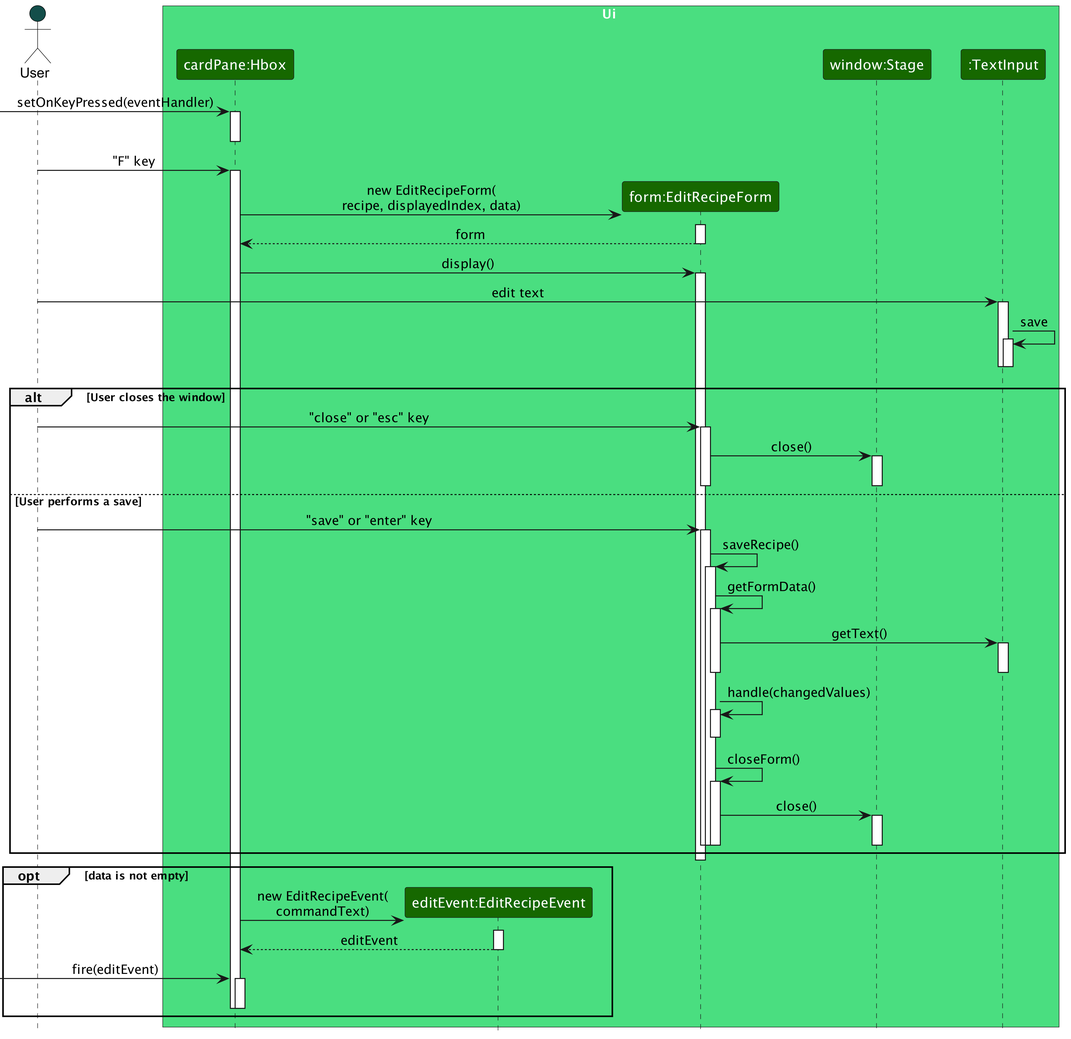
This is docs/images/EditRecipeFormSequenceDiagram.png from nus-cs2103-AY2223S2/tp, a PlantUML export, as it was before one commit.
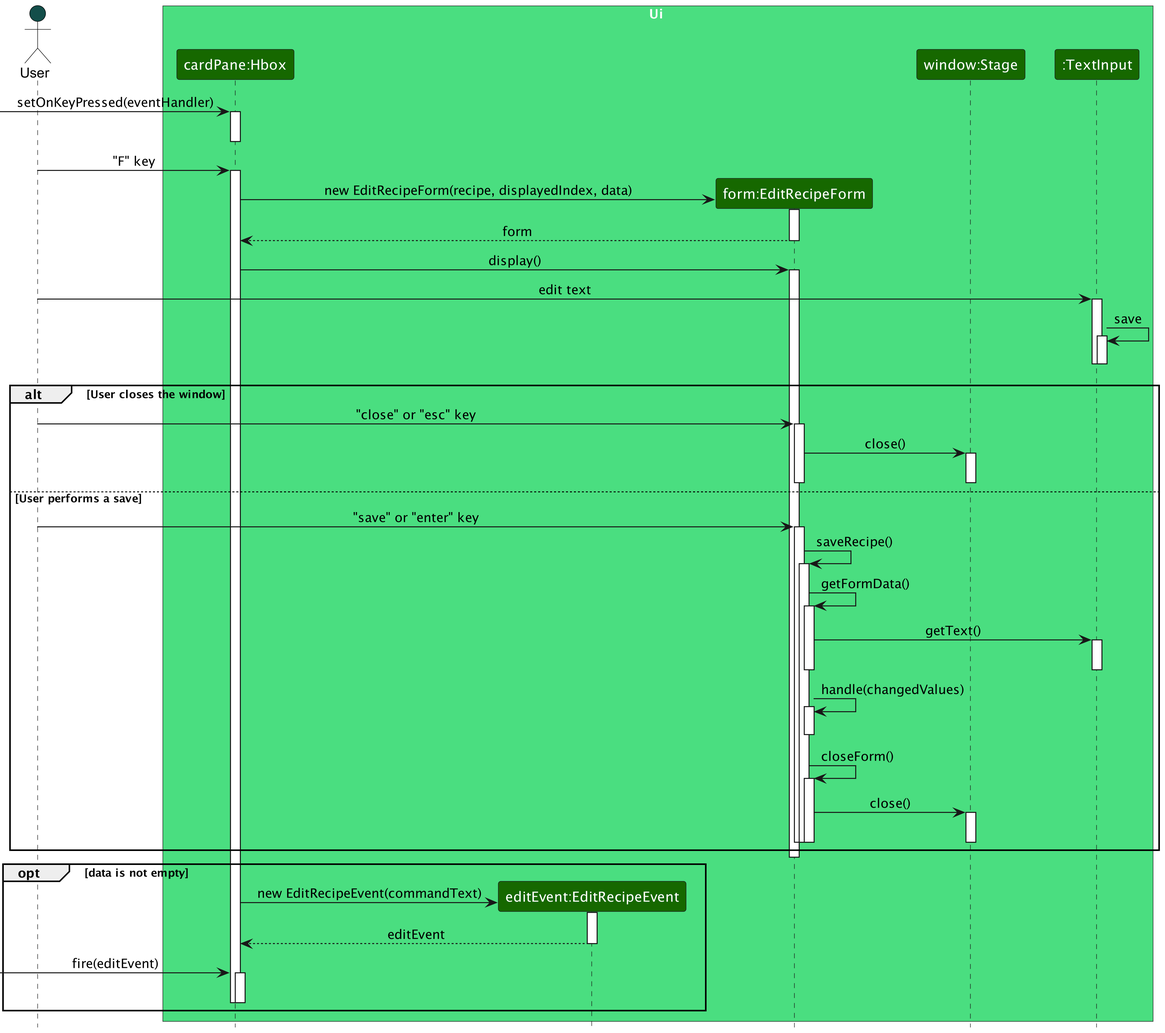
The same file after the commit.

Commit message:
Fix activation bar

The edit, as a diff of the source:
```diff
@@ -19,7 +19,7 @@
 activate cardPane
 
 create EditRecipeForm
-cardPane -> EditRecipeForm : new EditRecipeForm(\nrecipe, displayedIndex, data)
+cardPane -> EditRecipeForm : new EditRecipeForm(recipe, displayedIndex, data)
 activate EditRecipeForm
 
 EditRecipeForm --> cardPane : form
@@ -87,8 +87,7 @@
 
 opt data is not empty
   create editEvent
-  cardPane -> editEvent : new EditRecipeEvent(\ncommandText)
-
+  cardPane -> editEvent : new EditRecipeEvent(commandText)
   activate editEvent
 
   editEvent --> cardPane : editEvent
```
